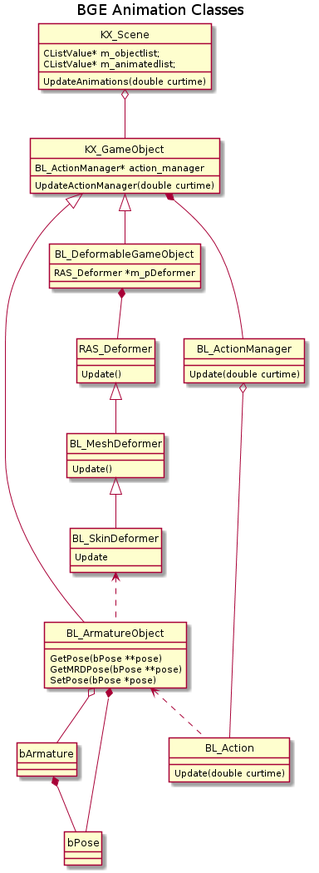
The PlantUML diagram uml/bge_class.png in Moguri/thesis, before a commit.
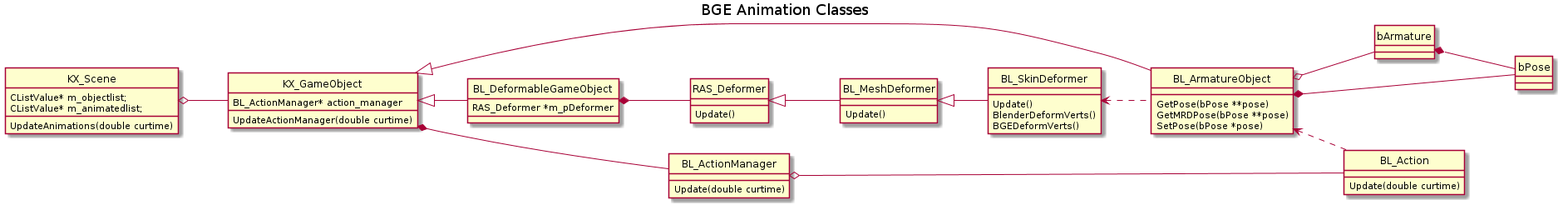
The same diagram one commit later.

Commit message:
UML: Updating the class diagram to add BL_SkinDeformer::BlenderDeformVerts() and BL_SkinDeformer::BGEDeformVerts()

What changed in the source:
```diff
@@ -1,4 +1,5 @@
 @startuml
+left to right direction
 title BGE Animation Classes
 hide circle
 
@@ -33,7 +34,9 @@
 BL_MeshDeformer <|-- BL_SkinDeformer
 RAS_Deformer: Update()
 BL_MeshDeformer: Update()
-BL_SkinDeformer: Update
+BL_SkinDeformer: Update()
+BL_SkinDeformer: BlenderDeformVerts()
+BL_SkinDeformer: BGEDeformVerts()
 BL_SkinDeformer <.. BL_ArmatureObject
 
 @enduml
```
